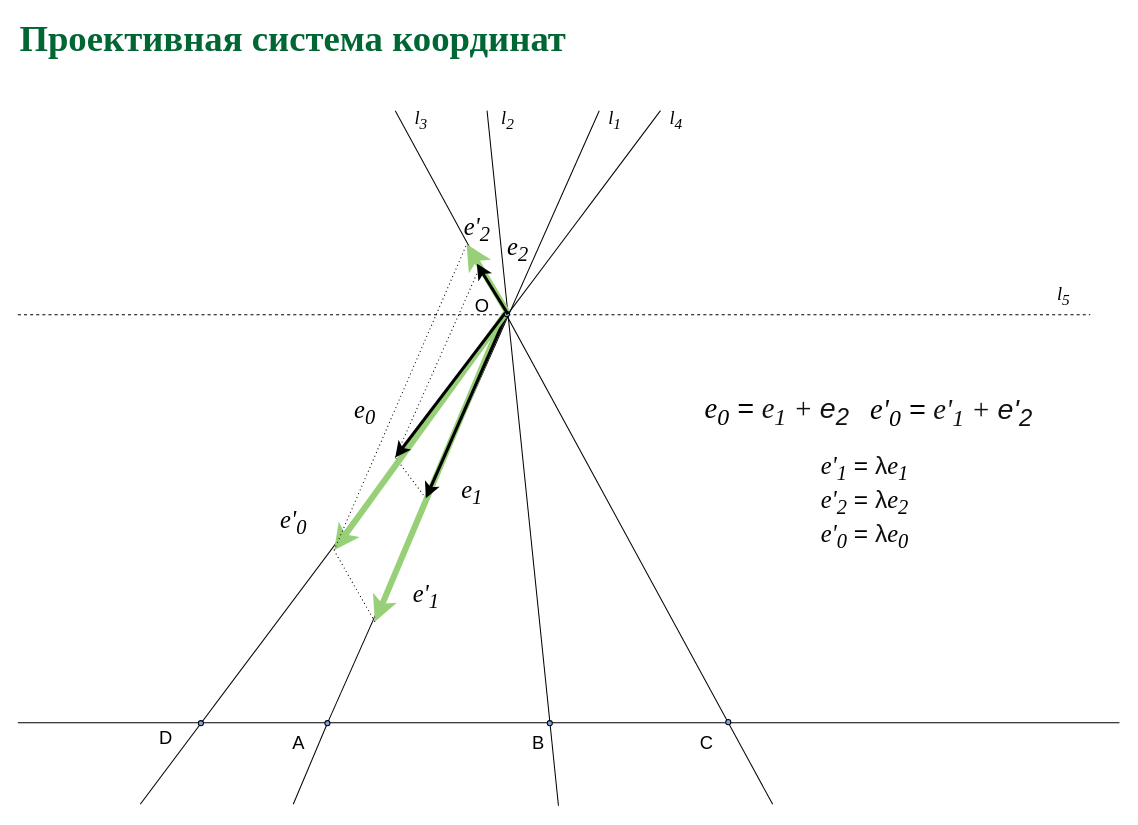
Before: page "p17" (22 of 23) of slides/proj.drawio in amcp-pit/geom_course, a draw.io diagram. Source tidied: cells renumbered, new cells numbered last; positions are measured from the earlier drawing's top-left corner, leaving out a move shared by most shapes. Both pictures are drawn from the tidied source at 102%, with x=0, y=0 at pixel (17, 29).
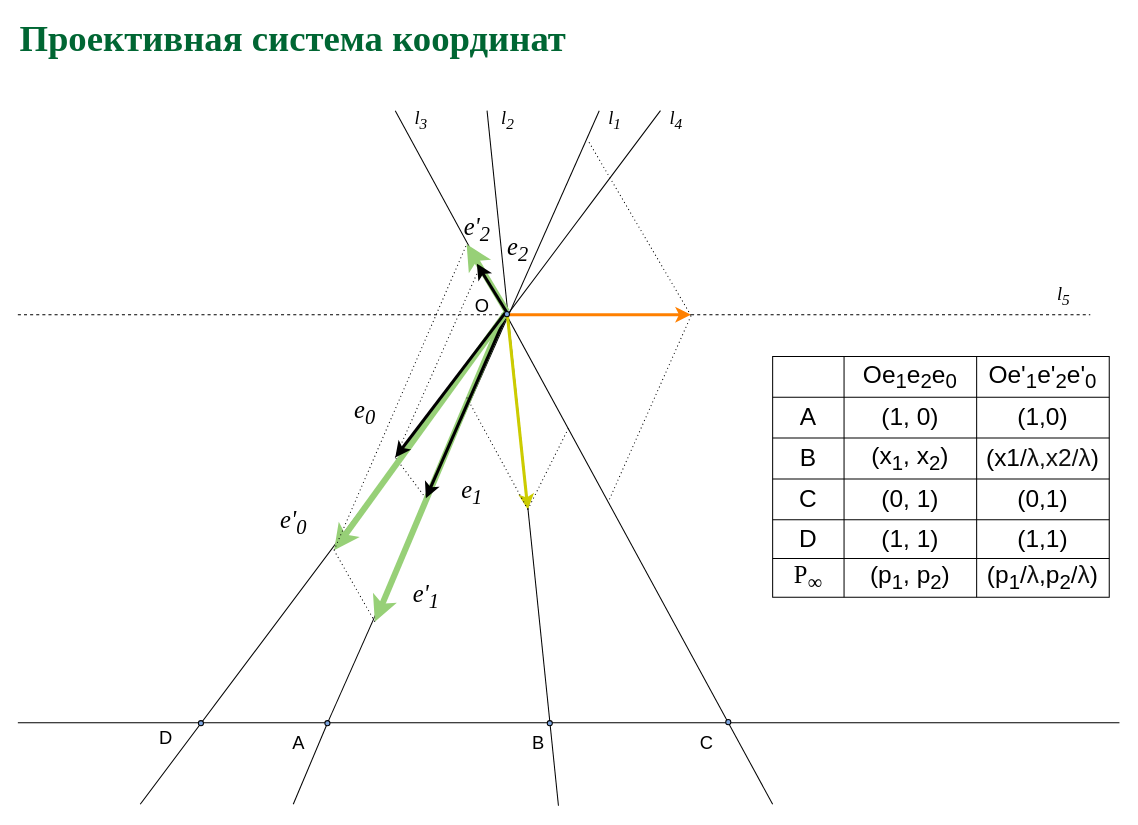
The same page after the edit.

What changed in the source:
```diff
@@
-    <mxCell id="27" value="&lt;font&gt;&lt;i style=&quot;font-size: 24px&quot;&gt;&lt;font face=&quot;Times New Roman&quot; style=&quot;font-size: 24px&quot;&gt;e'&lt;sub&gt;1&lt;/sub&gt;&lt;/font&gt;&lt;/i&gt;&lt;span style=&quot;font-size: 24px&quot;&gt;&amp;nbsp;=&amp;nbsp;&lt;/span&gt;&lt;span style=&quot;color: rgb(17 , 17 , 17) ; font-family: &amp;#34;u0000&amp;#34; ; background-color: rgb(255 , 255 , 255)&quot;&gt;&lt;font style=&quot;font-size: 24px&quot;&gt;λ&lt;/font&gt;&lt;/span&gt;&lt;i style=&quot;font-size: 24px&quot;&gt;&lt;font face=&quot;Times New Roman&quot;&gt;e&lt;sub&gt;1&lt;/sub&gt;&lt;/font&gt;&lt;/i&gt;&lt;br&gt;&lt;i style=&quot;font-size: 24px&quot;&gt;&lt;font face=&quot;Times New Roman&quot;&gt;e'&lt;sub&gt;2&lt;/sub&gt;&lt;/font&gt;&lt;/i&gt;&lt;span style=&quot;font-size: 24px&quot;&gt;&amp;nbsp;=&amp;nbsp;&lt;/span&gt;&lt;span style=&quot;color: rgb(17 , 17 , 17) ; font-family: &amp;#34;u0000&amp;#34; ; background-color: rgb(255 , 255 , 255)&quot;&gt;&lt;font style=&quot;font-size: 24px&quot;&gt;λ&lt;/font&gt;&lt;/span&gt;&lt;i style=&quot;font-size: 24px&quot;&gt;&lt;font face=&quot;Times New Roman&quot;&gt;e&lt;sub&gt;2&lt;/sub&gt;&lt;/font&gt;&lt;/i&gt;&lt;br&gt;&lt;i style=&quot;font-size: 24px&quot;&gt;&lt;font face=&quot;Times New Roman&quot;&gt;e'&lt;sub&gt;0&lt;/sub&gt;&lt;/font&gt;&lt;/i&gt;&lt;span style=&quot;font-size: 24px&quot;&gt;&amp;nbsp;=&amp;nbsp;&lt;/span&gt;&lt;span style=&quot;color: rgb(17 , 17 , 17) ; font-family: &amp;#34;u0000&amp;#34; ; background-color: rgb(255 , 255 , 255)&quot;&gt;&lt;font style=&quot;font-size: 24px&quot;&gt;λ&lt;/font&gt;&lt;/span&gt;&lt;i style=&quot;font-size: 24px&quot;&gt;&lt;font face=&quot;Times New Roman&quot;&gt;e&lt;sub&gt;0&lt;/sub&gt;&lt;/font&gt;&lt;/i&gt;&lt;br&gt;&lt;/font&gt;" style="text;html=1;align=center;verticalAlign=middle;" parent="1" vertex="1">
-      <mxGeometry x="780" y="429" width="100" height="70" as="geometry" />
-    </mxCell>
-    <mxCell id="28" value="&lt;font style=&quot;font-size: 28px&quot;&gt;&lt;font style=&quot;font-size: 28px&quot;&gt;&lt;i&gt;&lt;font face=&quot;Times New Roman&quot;&gt;e&lt;sub&gt;0&lt;/sub&gt;&lt;/font&gt; =&amp;nbsp;&lt;/i&gt;&lt;span style=&quot;color: rgb(17 , 17 , 17) ; background-color: rgb(255 , 255 , 255)&quot;&gt;&lt;font style=&quot;font-size: 28px&quot;&gt;&lt;font face=&quot;Times New Roman&quot; style=&quot;font-size: 28px&quot;&gt;&lt;i&gt;e&lt;sub&gt;1&lt;/sub&gt; +&amp;nbsp;&lt;/i&gt;&lt;/font&gt;&lt;/font&gt;&lt;/span&gt;&lt;/font&gt;&lt;span style=&quot;color: rgb(17 , 17 , 17) ; font-family: &amp;#34;u0000&amp;#34; ; background-color: rgb(255 , 255 , 255)&quot;&gt;&lt;font style=&quot;font-size: 28px&quot;&gt;&lt;i&gt;e&lt;sub&gt;2&lt;/sub&gt;&lt;/i&gt;&lt;/font&gt;&lt;/span&gt;&lt;/font&gt;" style="text;html=1;align=center;verticalAlign=middle;" parent="1" vertex="1">
-      <mxGeometry x="669" y="360" width="150" height="30" as="geometry" />
-    </mxCell>
@@
-    <mxCell id="38" style="ellipse;whiteSpace=wrap;html=1;fillColor=#7EA6E0;" parent="1" vertex="1">
-      <mxGeometry x="477" y="277" width="5" height="5" as="geometry" />
-    </mxCell>
@@
-    <mxCell id="43" value="&lt;font style=&quot;font-size: 28px&quot;&gt;&lt;font style=&quot;font-size: 28px&quot;&gt;&lt;i&gt;&lt;font face=&quot;Times New Roman&quot;&gt;e'&lt;sub&gt;0&lt;/sub&gt;&lt;/font&gt; =&amp;nbsp;&lt;/i&gt;&lt;span style=&quot;color: rgb(17 , 17 , 17) ; background-color: rgb(255 , 255 , 255)&quot;&gt;&lt;font style=&quot;font-size: 28px&quot;&gt;&lt;font face=&quot;Times New Roman&quot; style=&quot;font-size: 28px&quot;&gt;&lt;i&gt;e'&lt;sub&gt;1&lt;/sub&gt; +&amp;nbsp;&lt;/i&gt;&lt;/font&gt;&lt;/font&gt;&lt;/span&gt;&lt;/font&gt;&lt;span style=&quot;color: rgb(17 , 17 , 17) ; font-family: &amp;#34;u0000&amp;#34; ; background-color: rgb(255 , 255 , 255)&quot;&gt;&lt;font style=&quot;font-size: 28px&quot;&gt;&lt;i&gt;e'&lt;sub&gt;2&lt;/sub&gt;&lt;/i&gt;&lt;/font&gt;&lt;/span&gt;&lt;/font&gt;" style="text;html=1;align=center;verticalAlign=middle;" parent="1" vertex="1">
-      <mxGeometry x="830" y="361" width="170" height="30" as="geometry" />
-    </mxCell>
+    <mxCell id="44" style="shape=table;html=1;whiteSpace=wrap;startSize=0;childLayout=tableLayout;" parent="1" vertex="1">
+      <mxGeometry x="740" y="321" width="330" height="236" as="geometry" />
+    </mxCell>
+    <mxCell id="45" style="shape=partialRectangle;html=1;whiteSpace=wrap;fillColor=none;top=0;left=0;bottom=0;right=0;" parent="44" vertex="1">
+      <mxGeometry width="330" height="40" as="geometry" />
+    </mxCell>
+    <mxCell id="46" style="shape=partialRectangle;html=1;whiteSpace=wrap;overflow=hidden;fillColor=none;top=0;left=0;bottom=0;right=0;" parent="45" vertex="1">
+      <mxGeometry width="70" height="40" as="geometry" />
+    </mxCell>
+    <mxCell id="47" value="&lt;font style=&quot;font-size: 24px&quot;&gt;Oe&lt;sub&gt;1&lt;/sub&gt;e&lt;sub&gt;2&lt;/sub&gt;e&lt;sub&gt;0&lt;/sub&gt;&lt;/font&gt;" style="shape=partialRectangle;html=1;whiteSpace=wrap;overflow=hidden;fillColor=none;top=0;left=0;bottom=0;right=0;" parent="45" vertex="1">
+      <mxGeometry x="70" width="130" height="40" as="geometry" />
+    </mxCell>
+    <mxCell id="48" value="&lt;font style=&quot;font-size: 24px&quot;&gt;Oe'&lt;sub&gt;1&lt;/sub&gt;e'&lt;sub&gt;2&lt;/sub&gt;e'&lt;sub&gt;0&lt;/sub&gt;&lt;/font&gt;" style="shape=partialRectangle;html=1;whiteSpace=wrap;overflow=hidden;fillColor=none;top=0;left=0;bottom=0;right=0;" parent="45" vertex="1">
+      <mxGeometry x="200" width="130" height="40" as="geometry" />
+    </mxCell>
+    <mxCell id="49" style="shape=partialRectangle;html=1;whiteSpace=wrap;fillColor=none;top=0;left=0;bottom=0;right=0;" parent="44" vertex="1">
+      <mxGeometry y="40" width="330" height="40" as="geometry" />
+    </mxCell>
+    <mxCell id="50" value="&lt;font style=&quot;font-size: 24px&quot;&gt;A&lt;/font&gt;" style="shape=partialRectangle;html=1;whiteSpace=wrap;overflow=hidden;fillColor=none;top=0;left=0;bottom=0;right=0;" parent="49" vertex="1">
+      <mxGeometry width="70" height="40" as="geometry" />
+    </mxCell>
+    <mxCell id="51" value="&lt;font style=&quot;font-size: 24px&quot;&gt;(1, 0)&lt;/font&gt;" style="shape=partialRectangle;html=1;whiteSpace=wrap;overflow=hidden;fillColor=none;top=0;left=0;bottom=0;right=0;" parent="49" vertex="1">
+      <mxGeometry x="70" width="130" height="40" as="geometry" />
+    </mxCell>
+    <mxCell id="52" value="&lt;span style=&quot;font-size: 24px&quot;&gt;(1,0)&lt;/span&gt;" style="shape=partialRectangle;html=1;whiteSpace=wrap;overflow=hidden;fillColor=none;top=0;left=0;bottom=0;right=0;" parent="49" vertex="1">
+      <mxGeometry x="200" width="130" height="40" as="geometry" />
+    </mxCell>
+    <mxCell id="53" style="shape=partialRectangle;html=1;whiteSpace=wrap;fillColor=none;top=0;left=0;bottom=0;right=0;" parent="44" vertex="1">
+      <mxGeometry y="80" width="330" height="40" as="geometry" />
+    </mxCell>
+    <mxCell id="54" value="&lt;font style=&quot;font-size: 24px&quot;&gt;B&lt;/font&gt;" style="shape=partialRectangle;html=1;whiteSpace=wrap;overflow=hidden;fillColor=none;top=0;left=0;bottom=0;right=0;" parent="53" vertex="1">
+      <mxGeometry width="70" height="40" as="geometry" />
+    </mxCell>
+    <mxCell id="55" value="&lt;span style=&quot;font-size: 24px&quot;&gt;(x&lt;sub&gt;1&lt;/sub&gt;, x&lt;sub&gt;2&lt;/sub&gt;)&lt;/span&gt;" style="shape=partialRectangle;html=1;whiteSpace=wrap;overflow=hidden;fillColor=none;top=0;left=0;bottom=0;right=0;" parent="53" vertex="1">
+      <mxGeometry x="70" width="130" height="40" as="geometry" />
+    </mxCell>
+    <mxCell id="56" value="&lt;span style=&quot;font-size: 24px&quot;&gt;(x1/&lt;/span&gt;&lt;span style=&quot;color: rgb(17 , 17 , 17) ; font-family: &amp;#34;u0000&amp;#34; ; font-size: 24px ; background-color: rgb(255 , 255 , 255)&quot;&gt;λ,&lt;/span&gt;&lt;span style=&quot;color: rgb(17 , 17 , 17) ; font-size: 24px ; background-color: rgb(255 , 255 , 255)&quot;&gt;x2&lt;/span&gt;&lt;span style=&quot;color: rgb(17 , 17 , 17) ; font-family: &amp;#34;u0000&amp;#34; ; font-size: 24px ; background-color: rgb(255 , 255 , 255)&quot;&gt;/&lt;/span&gt;&lt;span style=&quot;color: rgb(17 , 17 , 17) ; font-family: &amp;#34;u0000&amp;#34; ; font-size: 24px ; background-color: rgb(255 , 255 , 255)&quot;&gt;λ&lt;/span&gt;&lt;span style=&quot;font-size: 24px&quot;&gt;)&lt;/span&gt;" style="shape=partialRectangle;html=1;whiteSpace=wrap;overflow=hidden;fillColor=none;top=0;left=0;bottom=0;right=0;" parent="53" vertex="1">
+      <mxGeometry x="200" width="130" height="40" as="geometry" />
+    </mxCell>
+    <mxCell id="57" style="shape=partialRectangle;html=1;whiteSpace=wrap;fillColor=none;top=0;left=0;bottom=0;right=0;" parent="44" vertex="1">
+      <mxGeometry y="120" width="330" height="40" as="geometry" />
+    </mxCell>
+    <mxCell id="58" value="&lt;font style=&quot;font-size: 24px&quot;&gt;C&lt;/font&gt;" style="shape=partialRectangle;html=1;whiteSpace=wrap;overflow=hidden;fillColor=none;top=0;left=0;bottom=0;right=0;" parent="57" vertex="1">
+      <mxGeometry width="70" height="40" as="geometry" />
+    </mxCell>
+    <mxCell id="59" value="&lt;span style=&quot;font-size: 24px&quot;&gt;(0, 1)&lt;/span&gt;" style="shape=partialRectangle;html=1;whiteSpace=wrap;overflow=hidden;fillColor=none;top=0;left=0;bottom=0;right=0;" parent="57" vertex="1">
+      <mxGeometry x="70" width="130" height="40" as="geometry" />
+    </mxCell>
+    <mxCell id="60" value="&lt;span style=&quot;font-size: 24px&quot;&gt;(0,1)&lt;/span&gt;" style="shape=partialRectangle;html=1;whiteSpace=wrap;overflow=hidden;fillColor=none;top=0;left=0;bottom=0;right=0;" parent="57" vertex="1">
+      <mxGeometry x="200" width="130" height="40" as="geometry" />
+    </mxCell>
+    <mxCell id="61" style="shape=partialRectangle;html=1;whiteSpace=wrap;fillColor=none;top=0;left=0;bottom=0;right=0;" parent="44" vertex="1">
+      <mxGeometry y="160" width="330" height="38" as="geometry" />
+    </mxCell>
+    <mxCell id="62" value="&lt;font style=&quot;font-size: 24px&quot;&gt;D&lt;/font&gt;" style="shape=partialRectangle;html=1;whiteSpace=wrap;overflow=hidden;fillColor=none;top=0;left=0;bottom=0;right=0;" parent="61" vertex="1">
+      <mxGeometry width="70" height="38" as="geometry" />
+    </mxCell>
+    <mxCell id="63" value="&lt;span style=&quot;font-size: 24px&quot;&gt;(1, 1)&lt;/span&gt;" style="shape=partialRectangle;html=1;whiteSpace=wrap;overflow=hidden;fillColor=none;top=0;left=0;bottom=0;right=0;" parent="61" vertex="1">
+      <mxGeometry x="70" width="130" height="38" as="geometry" />
+    </mxCell>
+    <mxCell id="64" value="&lt;span style=&quot;font-size: 24px&quot;&gt;(1,1)&lt;/span&gt;" style="shape=partialRectangle;html=1;whiteSpace=wrap;overflow=hidden;fillColor=none;top=0;left=0;bottom=0;right=0;" parent="61" vertex="1">
+      <mxGeometry x="200" width="130" height="38" as="geometry" />
+    </mxCell>
+    <mxCell id="65" style="shape=partialRectangle;html=1;whiteSpace=wrap;fillColor=none;top=0;left=0;bottom=0;right=0;" parent="44" vertex="1">
+      <mxGeometry y="198" width="330" height="38" as="geometry" />
+    </mxCell>
+    <mxCell id="66" value="&lt;font&gt;&lt;font face=&quot;Times New Roman&quot; style=&quot;font-size: 24px&quot;&gt;P&lt;/font&gt;&lt;font face=&quot;Times New Roman&quot; style=&quot;font-size: 24px&quot;&gt;&lt;sub&gt;∞&lt;/sub&gt;&lt;/font&gt;&lt;/font&gt;" style="shape=partialRectangle;html=1;whiteSpace=wrap;overflow=hidden;fillColor=none;top=0;left=0;bottom=0;right=0;" parent="65" vertex="1">
+      <mxGeometry width="70" height="38" as="geometry" />
+    </mxCell>
+    <mxCell id="67" value="&lt;span style=&quot;font-size: 24px&quot;&gt;(p&lt;sub&gt;1&lt;/sub&gt;, p&lt;sub&gt;2&lt;/sub&gt;)&lt;/span&gt;" style="shape=partialRectangle;html=1;whiteSpace=wrap;overflow=hidden;fillColor=none;top=0;left=0;bottom=0;right=0;" parent="65" vertex="1">
+      <mxGeometry x="70" width="130" height="38" as="geometry" />
+    </mxCell>
+    <mxCell id="68" value="&lt;span style=&quot;font-size: 24px&quot;&gt;(p&lt;sub&gt;1&lt;/sub&gt;&lt;/span&gt;&lt;span style=&quot;font-size: 24px&quot;&gt;/&lt;/span&gt;&lt;span style=&quot;color: rgb(17 , 17 , 17) ; font-family: &amp;#34;u0000&amp;#34; ; font-size: 24px ; background-color: rgb(255 , 255 , 255)&quot;&gt;λ&lt;/span&gt;&lt;span style=&quot;font-size: 24px&quot;&gt;,p&lt;sub&gt;2&lt;/sub&gt;&lt;/span&gt;&lt;span style=&quot;font-size: 24px&quot;&gt;/&lt;/span&gt;&lt;span style=&quot;color: rgb(17 , 17 , 17) ; font-family: &amp;#34;u0000&amp;#34; ; font-size: 24px ; background-color: rgb(255 , 255 , 255)&quot;&gt;λ&lt;/span&gt;&lt;span style=&quot;font-size: 24px&quot;&gt;)&lt;/span&gt;" style="shape=partialRectangle;html=1;whiteSpace=wrap;overflow=hidden;fillColor=none;top=0;left=0;bottom=0;right=0;" parent="65" vertex="1">
+      <mxGeometry x="200" width="130" height="38" as="geometry" />
+    </mxCell>
+    <mxCell id="69" style="endArrow=classic;html=1;strokeWidth=3;strokeColor=#CCCC00;" parent="1" edge="1">
+      <mxGeometry relative="1" as="geometry">
+        <mxPoint x="480" y="281" as="sourcePoint" />
+        <mxPoint x="500" y="471" as="targetPoint" />
+      </mxGeometry>
+    </mxCell>
+    <mxCell id="70" style="endArrow=none;dashed=1;html=1;dashPattern=1 3;strokeWidth=1;" parent="1" edge="1">
+      <mxGeometry relative="1" as="geometry">
+        <mxPoint x="500" y="471" as="sourcePoint" />
+        <mxPoint x="440" y="361" as="targetPoint" />
+      </mxGeometry>
+    </mxCell>
+    <mxCell id="71" style="endArrow=none;dashed=1;html=1;dashPattern=1 3;strokeWidth=1;" parent="1" edge="1">
+      <mxGeometry relative="1" as="geometry">
+        <mxPoint x="500" y="471" as="sourcePoint" />
+        <mxPoint x="540" y="391" as="targetPoint" />
+      </mxGeometry>
+    </mxCell>
+    <mxCell id="72" style="endArrow=classic;html=1;strokeWidth=3;strokeColor=#FF8000;" parent="1" edge="1">
+      <mxGeometry relative="1" as="geometry">
+        <mxPoint x="480" y="280" as="sourcePoint" />
+        <mxPoint x="660" y="280" as="targetPoint" />
+      </mxGeometry>
+    </mxCell>
+    <mxCell id="38" style="ellipse;whiteSpace=wrap;html=1;fillColor=#7EA6E0;" parent="1" vertex="1">
+      <mxGeometry x="477" y="277" width="5" height="5" as="geometry" />
+    </mxCell>
+    <mxCell id="73" style="endArrow=none;dashed=1;html=1;dashPattern=1 3;strokeWidth=1;" parent="1" edge="1">
+      <mxGeometry relative="1" as="geometry">
+        <mxPoint x="580" y="461" as="sourcePoint" />
+        <mxPoint x="660" y="281" as="targetPoint" />
+      </mxGeometry>
+    </mxCell>
+    <mxCell id="74" style="endArrow=none;dashed=1;html=1;dashPattern=1 3;strokeWidth=1;" parent="1" edge="1">
+      <mxGeometry relative="1" as="geometry">
+        <mxPoint x="560" y="111" as="sourcePoint" />
+        <mxPoint x="660" y="281" as="targetPoint" />
+      </mxGeometry>
+    </mxCell>
```
